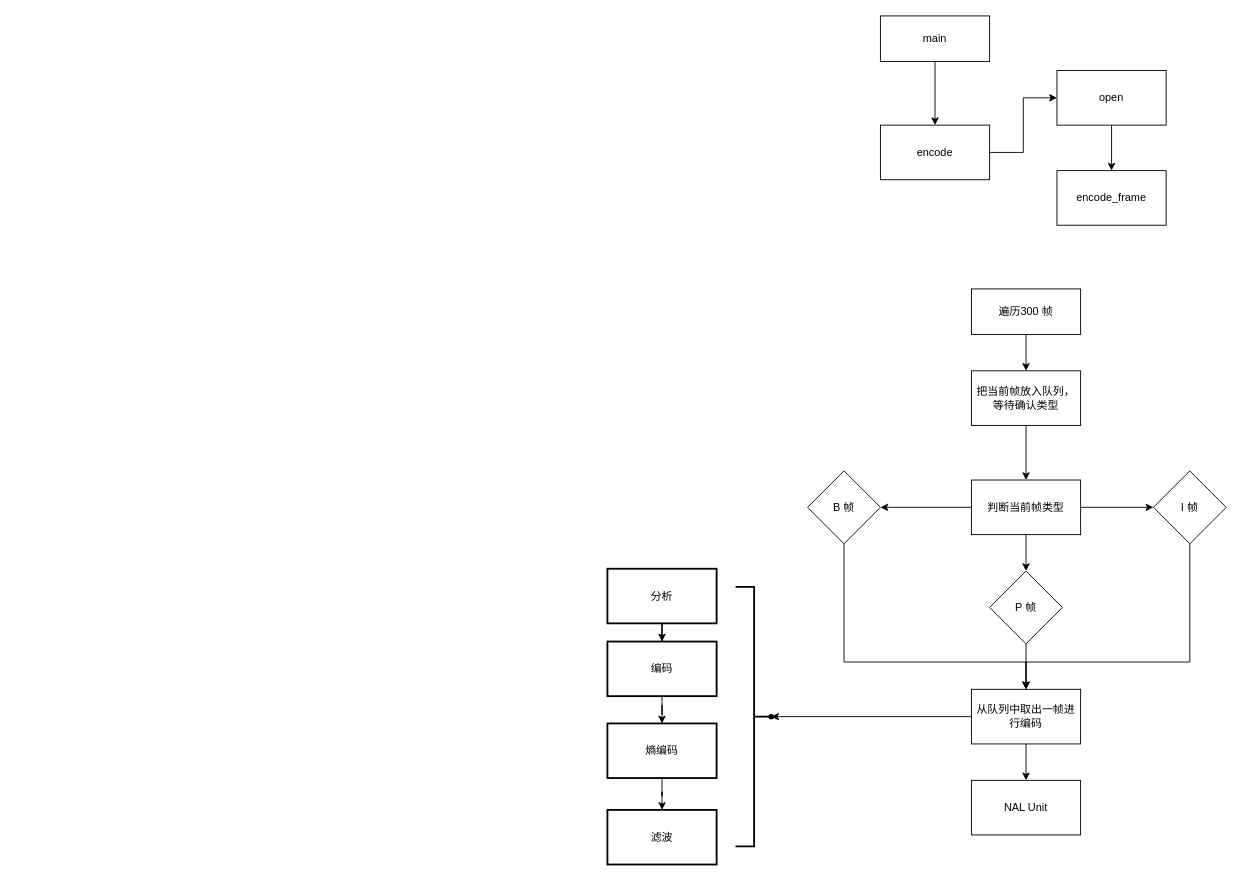
This is doc/Untitled Diagram.drawio from vozeo/x264, a draw.io file, before an edit. Source tidied: cells renumbered, new cells numbered last; positions are measured from the earlier drawing's top-left corner, leaving out a move shared by most shapes. Both pictures are drawn from the tidied source at 91%, with x=0, y=0 at pixel (607, 15).
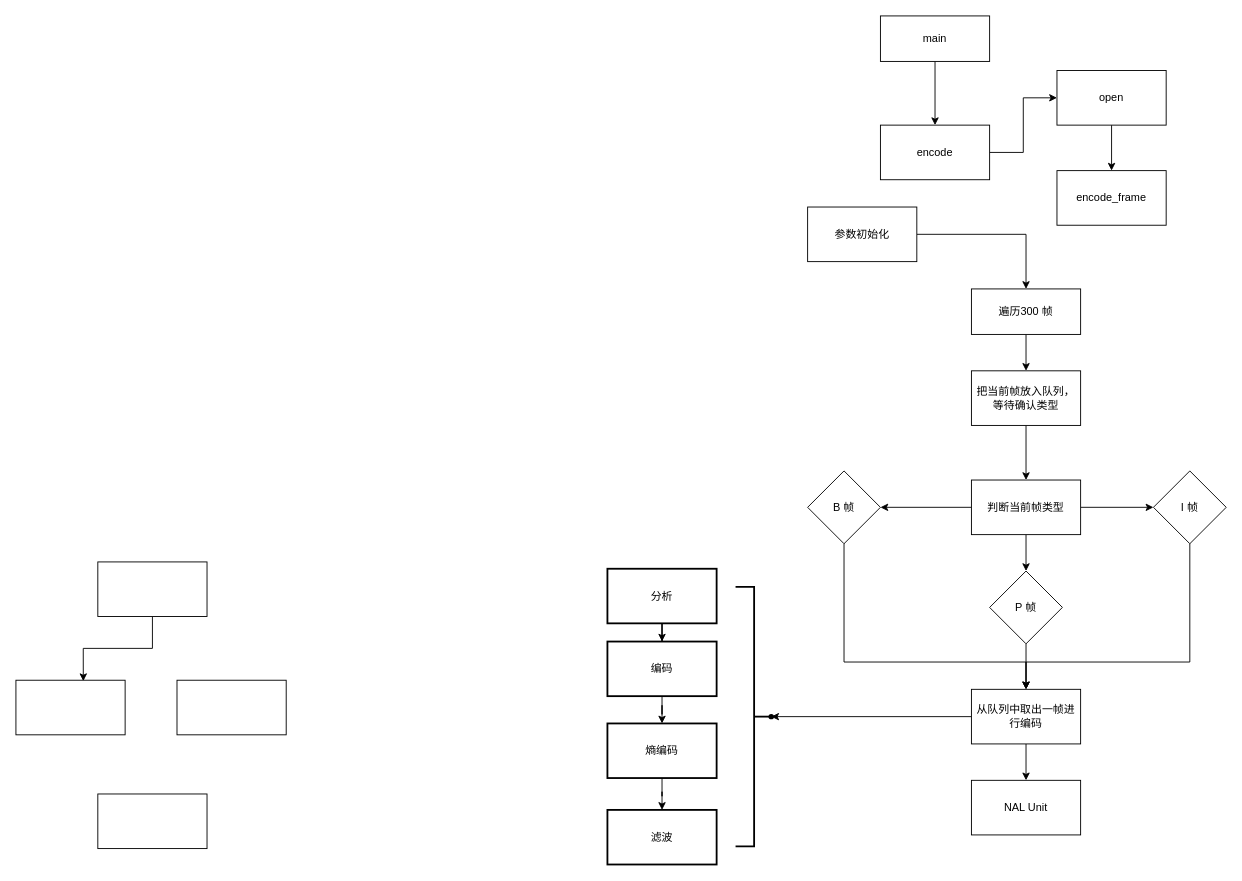
The same diagram, later.

The change refers to these unchanged cells:
```xml
<mxCell id="4" value="遍历300 帧" style="rounded=0;whiteSpace=wrap;html=1;" parent="1" vertex="1">
  <mxGeometry x="400" y="300" width="120" height="50" as="geometry" />
</mxCell>
```

What changed in the source:
```diff
@@
+    <mxCell id="36" style="edgeStyle=orthogonalEdgeStyle;rounded=0;jettySize=auto;html=1;entryX=0.617;entryY=0.017;entryDx=0;entryDy=0;entryPerimeter=0;" parent="1" edge="1" source="37" target="38">
+      <mxGeometry relative="1" as="geometry" />
+    </mxCell>
+    <mxCell id="37" style="rounded=0;whiteSpace=wrap;html=1;" parent="1" vertex="1">
+      <mxGeometry x="-560" y="600" width="120" height="60" as="geometry" />
+    </mxCell>
+    <mxCell id="38" style="rounded=0;whiteSpace=wrap;html=1;" parent="1" vertex="1">
+      <mxGeometry x="-650" y="730" width="120" height="60" as="geometry" />
+    </mxCell>
+    <mxCell id="39" style="rounded=0;whiteSpace=wrap;html=1;" parent="1" vertex="1">
+      <mxGeometry x="-473" y="730" width="120" height="60" as="geometry" />
+    </mxCell>
+    <mxCell id="40" style="rounded=0;whiteSpace=wrap;html=1;" parent="1" vertex="1">
+      <mxGeometry x="-560" y="855" width="120" height="60" as="geometry" />
+    </mxCell>
+    <mxCell id="41" style="edgeStyle=orthogonalEdgeStyle;rounded=0;jettySize=auto;html=1;" parent="1" edge="1" source="42" target="4">
+      <mxGeometry relative="1" as="geometry" />
+    </mxCell>
+    <mxCell id="42" value="参数初始化" style="rounded=0;whiteSpace=wrap;html=1;" parent="1" vertex="1">
+      <mxGeometry x="220" y="210" width="120" height="60" as="geometry" />
+    </mxCell>
```
